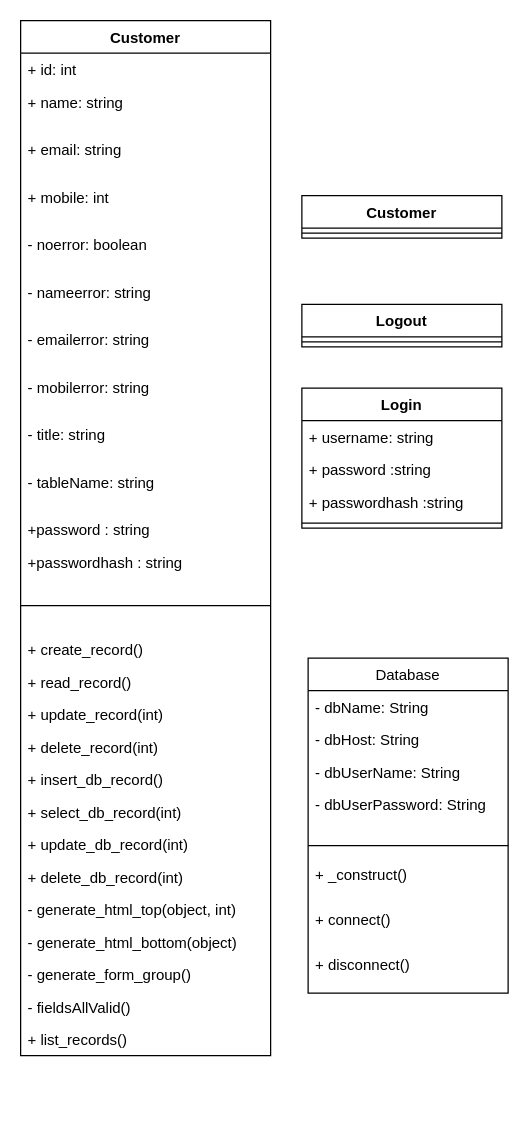
Above: Untitled Diagram.drawio in sabbi3267/login (draw.io), before the change. Source tidied: cells renumbered, new cells numbered last; positions are measured from the earlier drawing's top-left corner, leaving out a move shared by most shapes. Both pictures are drawn from the tidied source at 125%, with x=0, y=0 at pixel (20, 20).
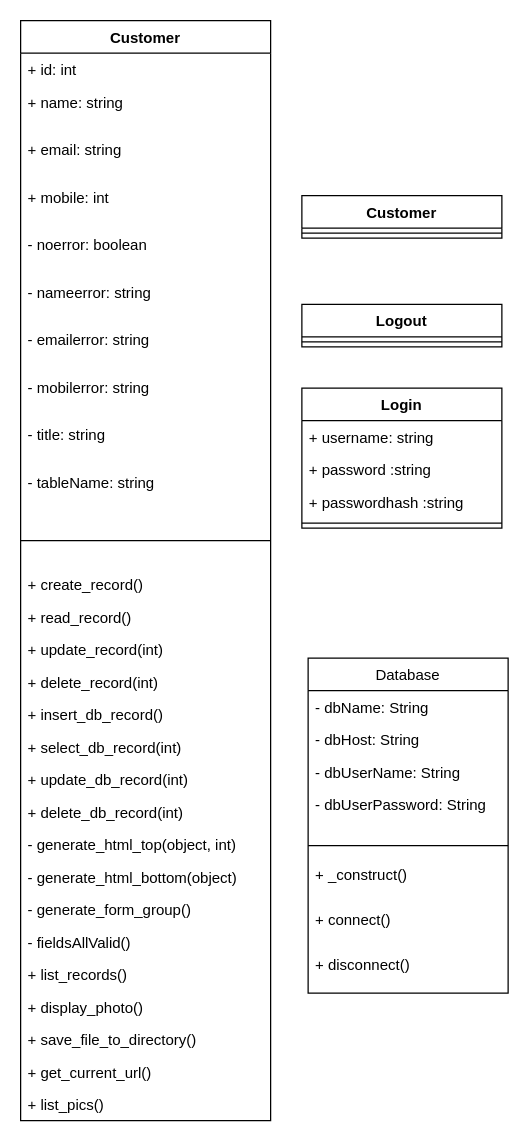
The same page after the edit.

Unchanged cells that the change refers to:
```xml
<mxCell id="43" value="Logout" style="swimlane;fontStyle=1;align=center;verticalAlign=top;horizontal=1;startSize=26;" parent="1" vertex="1">
  <mxGeometry x="225" y="227" width="160" height="34" as="geometry" />
</mxCell>
<mxCell id="45" value="Customer" style="swimlane;fontStyle=1;align=center;verticalAlign=top;horizontal=1;startSize=26;" parent="1" vertex="1">
  <mxGeometry x="225" y="140" width="160" height="34" as="geometry" />
</mxCell>
```

Diff of the diagram source:
```diff
@@
     <mxCell id="2" value="Customer" style="swimlane;fontStyle=1;align=center;verticalAlign=top;horizontal=1;startSize=26;" parent="1" vertex="1">
-      <mxGeometry width="200" height="828" as="geometry" />
+      <mxGeometry width="200" height="880" as="geometry" />
     </mxCell>
@@
-    <mxCell id="13" value="+password : string" style="text;strokeColor=none;fillColor=none;align=left;verticalAlign=top;spacingLeft=4;spacingRight=4;overflow=hidden;" parent="2" vertex="1">
-      <mxGeometry y="394" width="200" height="26" as="geometry" />
-    </mxCell>
-    <mxCell id="14" value="+passwordhash : string" style="text;strokeColor=none;fillColor=none;align=left;verticalAlign=top;spacingLeft=4;spacingRight=4;overflow=hidden;" parent="2" vertex="1">
-      <mxGeometry y="420" width="200" height="26" as="geometry" />
-    </mxCell>
-    <mxCell id="15" style="line;strokeWidth=1;fillColor=none;align=left;verticalAlign=middle;spacingTop=-1;spacingLeft=3;spacingRight=3;labelPosition=right;" parent="2" vertex="1">
-      <mxGeometry y="446" width="200" height="44" as="geometry" />
-    </mxCell>
+    <mxCell id="47" style="line;strokeWidth=1;fillColor=none;align=left;verticalAlign=middle;spacingTop=-1;spacingLeft=3;spacingRight=3;labelPosition=right;" parent="2" vertex="1">
+      <mxGeometry y="394" width="200" height="44" as="geometry" />
+    </mxCell>
     <mxCell id="16" value="+ create_record()" style="text;strokeColor=none;fillColor=none;align=left;verticalAlign=top;spacingLeft=4;spacingRight=4;overflow=hidden;" parent="2" vertex="1">
-      <mxGeometry y="490" width="200" height="26" as="geometry" />
+      <mxGeometry y="438" width="200" height="26" as="geometry" />
     </mxCell>
     <mxCell id="17" value="+ read_record()" style="text;strokeColor=none;fillColor=none;align=left;verticalAlign=top;spacingLeft=4;spacingRight=4;overflow=hidden;" parent="2" vertex="1">
-      <mxGeometry y="516" width="200" height="26" as="geometry" />
+      <mxGeometry y="464" width="200" height="26" as="geometry" />
     </mxCell>
     <mxCell id="18" value="+ update_record(int)" style="text;strokeColor=none;fillColor=none;align=left;verticalAlign=top;spacingLeft=4;spacingRight=4;overflow=hidden;" parent="2" vertex="1">
-      <mxGeometry y="542" width="200" height="26" as="geometry" />
+      <mxGeometry y="490" width="200" height="26" as="geometry" />
     </mxCell>
     <mxCell id="19" value="+ delete_record(int)" style="text;strokeColor=none;fillColor=none;align=left;verticalAlign=top;spacingLeft=4;spacingRight=4;overflow=hidden;" parent="2" vertex="1">
-      <mxGeometry y="568" width="200" height="26" as="geometry" />
+      <mxGeometry y="516" width="200" height="26" as="geometry" />
     </mxCell>
     <mxCell id="20" value="+ insert_db_record()" style="text;strokeColor=none;fillColor=none;align=left;verticalAlign=top;spacingLeft=4;spacingRight=4;overflow=hidden;" parent="2" vertex="1">
-      <mxGeometry y="594" width="200" height="26" as="geometry" />
+      <mxGeometry y="542" width="200" height="26" as="geometry" />
     </mxCell>
     <mxCell id="21" value="+ select_db_record(int)" style="text;strokeColor=none;fillColor=none;align=left;verticalAlign=top;spacingLeft=4;spacingRight=4;overflow=hidden;" parent="2" vertex="1">
-      <mxGeometry y="620" width="200" height="26" as="geometry" />
+      <mxGeometry y="568" width="200" height="26" as="geometry" />
     </mxCell>
     <mxCell id="22" value="+ update_db_record(int)" style="text;strokeColor=none;fillColor=none;align=left;verticalAlign=top;spacingLeft=4;spacingRight=4;overflow=hidden;" parent="2" vertex="1">
-      <mxGeometry y="646" width="200" height="26" as="geometry" />
+      <mxGeometry y="594" width="200" height="26" as="geometry" />
     </mxCell>
     <mxCell id="23" value="+ delete_db_record(int)" style="text;strokeColor=none;fillColor=none;align=left;verticalAlign=top;spacingLeft=4;spacingRight=4;overflow=hidden;" parent="2" vertex="1">
-      <mxGeometry y="672" width="200" height="26" as="geometry" />
+      <mxGeometry y="620" width="200" height="26" as="geometry" />
     </mxCell>
     <mxCell id="24" value="- generate_html_top(object, int)" style="text;strokeColor=none;fillColor=none;align=left;verticalAlign=top;spacingLeft=4;spacingRight=4;overflow=hidden;" parent="2" vertex="1">
-      <mxGeometry y="698" width="200" height="26" as="geometry" />
+      <mxGeometry y="646" width="200" height="26" as="geometry" />
     </mxCell>
     <mxCell id="25" value="- generate_html_bottom(object)" style="text;strokeColor=none;fillColor=none;align=left;verticalAlign=top;spacingLeft=4;spacingRight=4;overflow=hidden;" parent="2" vertex="1">
-      <mxGeometry y="724" width="200" height="26" as="geometry" />
+      <mxGeometry y="672" width="200" height="26" as="geometry" />
     </mxCell>
     <mxCell id="26" value="- generate_form_group()" style="text;strokeColor=none;fillColor=none;align=left;verticalAlign=top;spacingLeft=4;spacingRight=4;overflow=hidden;" parent="2" vertex="1">
-      <mxGeometry y="750" width="200" height="26" as="geometry" />
+      <mxGeometry y="698" width="200" height="26" as="geometry" />
     </mxCell>
     <mxCell id="27" value="- fieldsAllValid()" style="text;strokeColor=none;fillColor=none;align=left;verticalAlign=top;spacingLeft=4;spacingRight=4;overflow=hidden;" parent="2" vertex="1">
-      <mxGeometry y="776" width="200" height="26" as="geometry" />
+      <mxGeometry y="724" width="200" height="26" as="geometry" />
     </mxCell>
     <mxCell id="28" value="+ list_records()" style="text;strokeColor=none;fillColor=none;align=left;verticalAlign=top;spacingLeft=4;spacingRight=4;overflow=hidden;" parent="2" vertex="1">
-      <mxGeometry y="802" width="200" height="26" as="geometry" />
+      <mxGeometry y="750" width="200" height="26" as="geometry" />
     </mxCell>
+    <mxCell id="48" value="+ display_photo()" style="text;strokeColor=none;fillColor=none;align=left;verticalAlign=top;spacingLeft=4;spacingRight=4;overflow=hidden;" parent="2" vertex="1">
+      <mxGeometry y="776" width="200" height="26" as="geometry" />
+    </mxCell>
+    <mxCell id="49" value="+ save_file_to_directory()" style="text;strokeColor=none;fillColor=none;align=left;verticalAlign=top;spacingLeft=4;spacingRight=4;overflow=hidden;" parent="2" vertex="1">
+      <mxGeometry y="802" width="200" height="26" as="geometry" />
+    </mxCell>
+    <mxCell id="50" value="+ get_current_url()" style="text;strokeColor=none;fillColor=none;align=left;verticalAlign=top;spacingLeft=4;spacingRight=4;overflow=hidden;" parent="2" vertex="1">
+      <mxGeometry y="828" width="200" height="26" as="geometry" />
+    </mxCell>
+    <mxCell id="51" value="+ list_pics()" style="text;strokeColor=none;fillColor=none;align=left;verticalAlign=top;spacingLeft=4;spacingRight=4;overflow=hidden;" parent="2" vertex="1">
+      <mxGeometry y="854" width="200" height="26" as="geometry" />
+    </mxCell>
@@
-    <mxCell id="44" style="line;strokeWidth=1;fillColor=none;align=left;verticalAlign=middle;spacingTop=-1;spacingLeft=3;spacingRight=3;labelPosition=right;" parent="43" vertex="1">
-      <mxGeometry y="26" width="160" height="8" as="geometry" />
-    </mxCell>
+    <mxCell id="52" style="line;strokeWidth=1;fillColor=none;align=left;verticalAlign=middle;spacingTop=-1;spacingLeft=3;spacingRight=3;labelPosition=right;" parent="43" vertex="1">
+      <mxGeometry y="26" width="160" height="8" as="geometry" />
+    </mxCell>
@@
-    <mxCell id="46" style="line;strokeWidth=1;fillColor=none;align=left;verticalAlign=middle;spacingTop=-1;spacingLeft=3;spacingRight=3;labelPosition=right;" parent="45" vertex="1">
-      <mxGeometry y="26" width="160" height="8" as="geometry" />
-    </mxCell>
+    <mxCell id="53" style="line;strokeWidth=1;fillColor=none;align=left;verticalAlign=middle;spacingTop=-1;spacingLeft=3;spacingRight=3;labelPosition=right;" parent="45" vertex="1">
+      <mxGeometry y="26" width="160" height="8" as="geometry" />
+    </mxCell>
```
